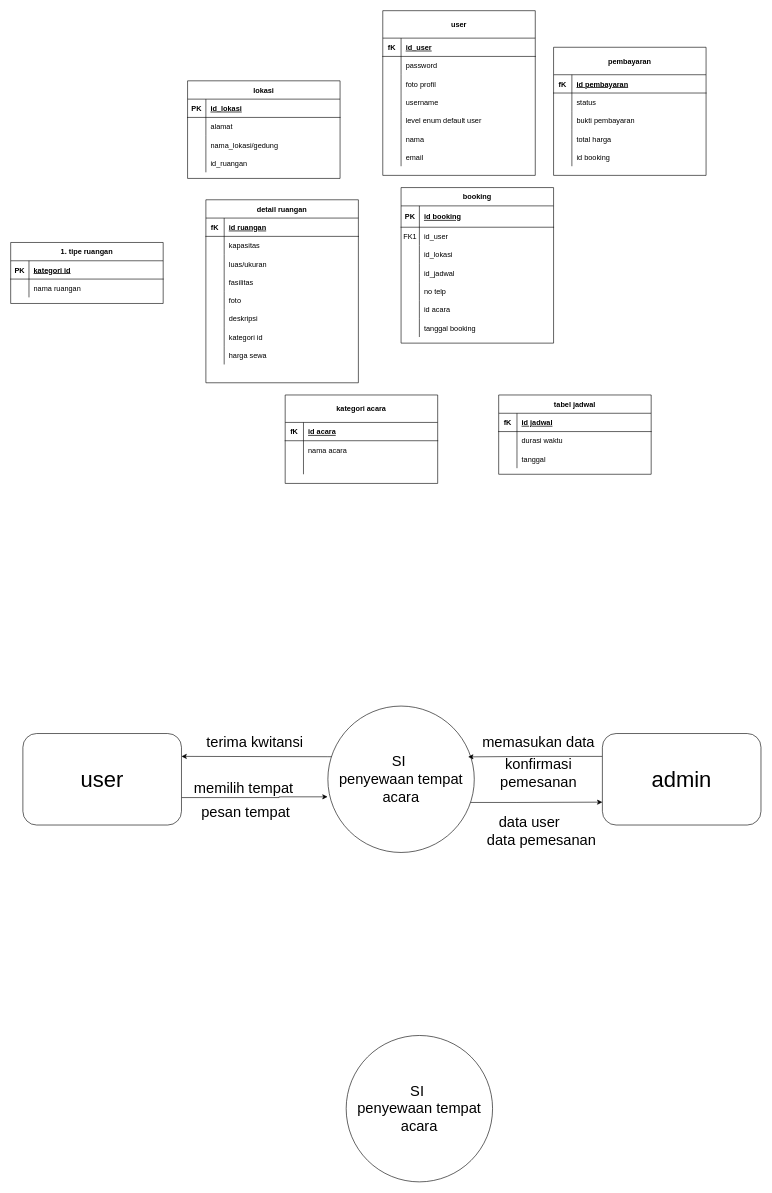
Earlier version of the draw.io diagram erd.drawio (ardya6/erd-dfd). Source tidied: cells renumbered, new cells numbered last; positions are measured from the earlier drawing's top-left corner, leaving out a move shared by most shapes. Both pictures are drawn from the tidied source at 61%, with x=0, y=0 at pixel (10, 10).
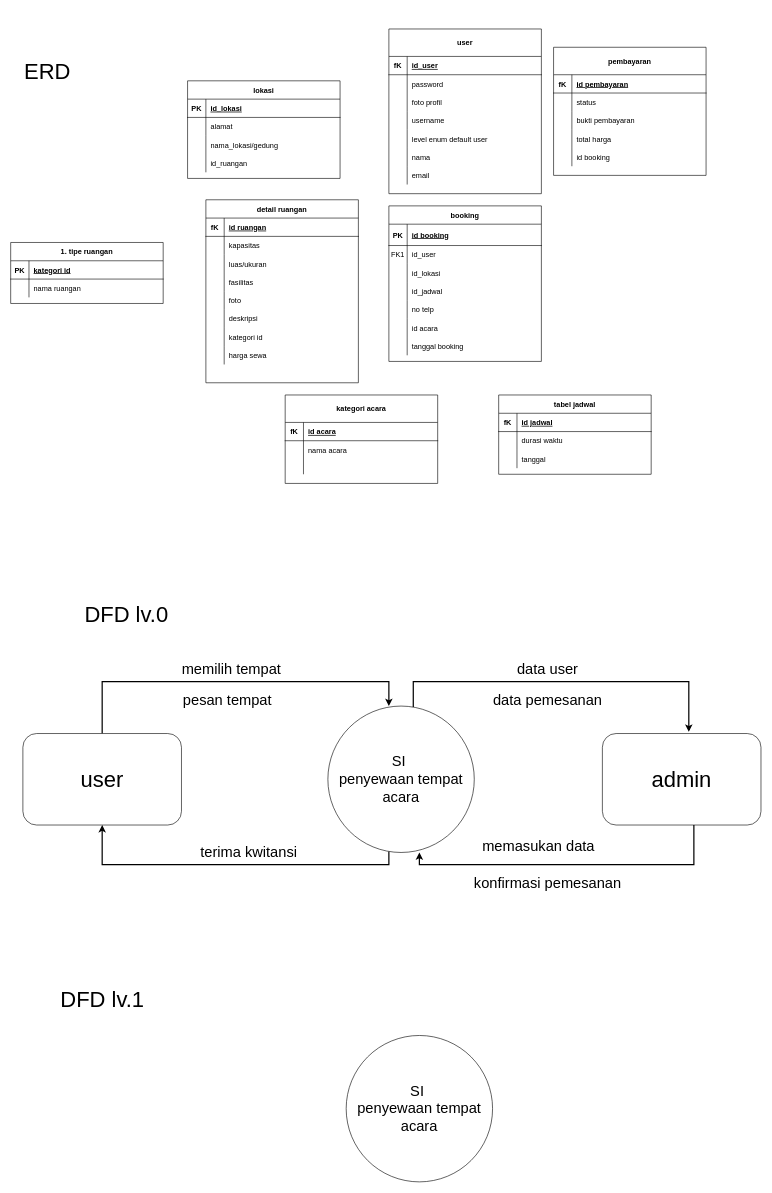
After the change.

The change refers to these unchanged cells:
```xml
<mxCell id="129" value="&lt;font style=&quot;font-size: 24px;&quot;&gt;SI&amp;nbsp;&lt;br&gt;penyewaan tempat acara&lt;/font&gt;" style="ellipse;whiteSpace=wrap;html=1;" parent="1" vertex="1">
  <mxGeometry x="520" y="1140" width="240" height="240" as="geometry" />
</mxCell>
<mxCell id="131" value="&lt;font style=&quot;font-size: 36px;&quot;&gt;user&lt;/font&gt;" style="rounded=1;whiteSpace=wrap;html=1;" parent="1" vertex="1">
  <mxGeometry x="20" y="1185" width="260" height="150" as="geometry" />
</mxCell>
<mxCell id="133" value="&lt;font style=&quot;font-size: 36px;&quot;&gt;admin&lt;/font&gt;" style="rounded=1;whiteSpace=wrap;html=1;" parent="1" vertex="1">
  <mxGeometry x="970" y="1185" width="260" height="150" as="geometry" />
</mxCell>
```

The edit, as a diff of the source:
```diff
@@
     <mxCell id="2" value="booking" style="shape=table;startSize=30;childLayout=tableLayout;rowLines=0;fontStyle=1;align=center;" parent="1" vertex="1">
-      <mxGeometry x="640" y="290" width="250" height="255" as="geometry" />
+      <mxGeometry x="620" y="320" width="250" height="255" as="geometry" />
     </mxCell>
@@
     <mxCell id="79" value="user" style="shape=table;startSize=45;childLayout=tableLayout;rowLines=0;fontStyle=1;align=center;" parent="1" vertex="1">
-      <mxGeometry x="610" width="250" height="270" as="geometry" />
+      <mxGeometry x="620" y="30" width="250" height="270" as="geometry" />
     </mxCell>
@@
+    <mxCell id="142" style="edgeStyle=orthogonalEdgeStyle;rounded=0;jettySize=auto;html=1;entryX=0.5;entryY=1;entryDx=0;entryDy=0;strokeWidth=2;" parent="1" edge="1" source="129" target="131">
+      <mxGeometry relative="1" as="geometry">
+        <Array as="points">
+          <mxPoint x="620" y="1400" />
+          <mxPoint x="150" y="1400" />
+        </Array>
+      </mxGeometry>
+    </mxCell>
-    <mxCell id="127" style="edgeStyle=elbowEdgeStyle;rounded=0;jettySize=auto;html=1;fontSize=24;entryX=0;entryY=0.75;entryDx=0;entryDy=0;" parent="1" edge="1" source="129" target="133">
+    <mxCell id="127" style="edgeStyle=orthogonalEdgeStyle;rounded=0;jettySize=auto;html=1;entryX=0.545;entryY=-0.019;entryDx=0;entryDy=0;entryPerimeter=0;strokeWidth=2;" parent="1" edge="1" source="129" target="133">
       <mxGeometry relative="1" as="geometry">
         <Array as="points">
-          <mxPoint x="830" y="1298" />
-          <mxPoint x="920" y="1290" />
-          <mxPoint x="870" y="1290" />
-          <mxPoint x="910" y="1260" />
+          <mxPoint x="660" y="1100" />
+          <mxPoint x="1112" y="1100" />
         </Array>
       </mxGeometry>
     </mxCell>
-    <mxCell id="128" style="edgeStyle=elbowEdgeStyle;rounded=0;jettySize=auto;html=1;entryX=1;entryY=0.25;entryDx=0;entryDy=0;fontSize=24;" parent="1" edge="1" target="131">
-      <mxGeometry relative="1" as="geometry">
-        <mxPoint x="540" y="1223" as="sourcePoint" />
-        <Array as="points">
-          <mxPoint x="520" y="1210" />
-        </Array>
-      </mxGeometry>
-    </mxCell>
@@
-    <mxCell id="130" style="edgeStyle=elbowEdgeStyle;rounded=0;jettySize=auto;html=1;entryX=-0.002;entryY=0.62;entryDx=0;entryDy=0;fontSize=24;entryPerimeter=0;" parent="1" edge="1" source="131" target="129">
-      <mxGeometry relative="1" as="geometry">
-        <Array as="points">
-          <mxPoint x="440" y="1290" />
-        </Array>
-      </mxGeometry>
-    </mxCell>
+    <mxCell id="143" style="edgeStyle=orthogonalEdgeStyle;rounded=0;jettySize=auto;html=1;strokeWidth=2;" parent="1" edge="1" source="131">
+      <mxGeometry relative="1" as="geometry">
+        <mxPoint x="620" y="1140" as="targetPoint" />
+        <Array as="points">
+          <mxPoint x="150" y="1100" />
+          <mxPoint x="620" y="1100" />
+          <mxPoint x="620" y="1140" />
+        </Array>
+      </mxGeometry>
+    </mxCell>
@@
-    <mxCell id="132" style="edgeStyle=elbowEdgeStyle;rounded=0;jettySize=auto;html=1;exitX=0;exitY=0.25;exitDx=0;exitDy=0;entryX=0.958;entryY=0.347;entryDx=0;entryDy=0;entryPerimeter=0;fontSize=24;" parent="1" edge="1" source="133" target="129">
-      <mxGeometry relative="1" as="geometry" />
-    </mxCell>
+    <mxCell id="144" style="edgeStyle=orthogonalEdgeStyle;rounded=0;jettySize=auto;html=1;strokeWidth=2;" parent="1" edge="1" source="133">
+      <mxGeometry relative="1" as="geometry">
+        <mxPoint x="670" y="1380" as="targetPoint" />
+        <Array as="points">
+          <mxPoint x="1120" y="1400" />
+          <mxPoint x="670" y="1400" />
+        </Array>
+      </mxGeometry>
+    </mxCell>
@@
     <mxCell id="134" value="memilih tempat&amp;nbsp;" style="text;html=1;align=center;verticalAlign=middle;strokeColor=none;fillColor=none;fontSize=24;" parent="1" vertex="1">
-      <mxGeometry x="290" y="1255" width="190" height="40" as="geometry" />
+      <mxGeometry x="270" y="1060" width="190" height="40" as="geometry" />
     </mxCell>
     <mxCell id="135" value="memasukan data" style="text;html=1;align=center;verticalAlign=middle;strokeColor=none;fillColor=none;fontSize=24;" parent="1" vertex="1">
-      <mxGeometry x="760" y="1180" width="210" height="40" as="geometry" />
+      <mxGeometry x="760" y="1350" width="210" height="40" as="geometry" />
     </mxCell>
     <mxCell id="136" value="pesan tempat" style="text;html=1;align=center;verticalAlign=middle;strokeColor=none;fillColor=none;fontSize=24;" parent="1" vertex="1">
-      <mxGeometry x="300" y="1295" width="170" height="40" as="geometry" />
+      <mxGeometry x="270" y="1110" width="170" height="40" as="geometry" />
     </mxCell>
-    <mxCell id="137" value="konfirmasi &lt;br&gt;pemesanan" style="text;html=1;align=center;verticalAlign=middle;strokeColor=none;fillColor=none;fontSize=24;" parent="1" vertex="1">
-      <mxGeometry x="790" y="1215" width="150" height="70" as="geometry" />
+    <mxCell id="137" value="konfirmasi pemesanan" style="text;html=1;align=center;verticalAlign=middle;strokeColor=none;fillColor=none;fontSize=24;" parent="1" vertex="1">
+      <mxGeometry x="750" y="1410" width="260" height="40" as="geometry" />
     </mxCell>
     <mxCell id="138" value="data user" style="text;html=1;align=center;verticalAlign=middle;strokeColor=none;fillColor=none;fontSize=24;" parent="1" vertex="1">
-      <mxGeometry x="790" y="1310" width="120" height="40" as="geometry" />
+      <mxGeometry x="820" y="1060" width="120" height="40" as="geometry" />
     </mxCell>
     <mxCell id="139" value="data pemesanan" style="text;html=1;align=center;verticalAlign=middle;strokeColor=none;fillColor=none;fontSize=24;" parent="1" vertex="1">
-      <mxGeometry x="770" y="1340" width="200" height="40" as="geometry" />
+      <mxGeometry x="780" y="1110" width="200" height="40" as="geometry" />
     </mxCell>
     <mxCell id="140" value="terima kwitansi" style="text;html=1;align=center;verticalAlign=middle;strokeColor=none;fillColor=none;fontSize=24;" parent="1" vertex="1">
-      <mxGeometry x="310" y="1180" width="180" height="40" as="geometry" />
+      <mxGeometry x="300" y="1360" width="180" height="40" as="geometry" />
     </mxCell>
@@
+    <mxCell id="145" value="&lt;font style=&quot;font-size: 36px;&quot;&gt;DFD lv.0&lt;/font&gt;" style="text;html=1;strokeColor=none;fillColor=none;align=center;verticalAlign=middle;whiteSpace=wrap;rounded=0;" parent="1" vertex="1">
+      <mxGeometry x="90" y="970" width="200" height="40" as="geometry" />
+    </mxCell>
+    <mxCell id="146" value="DFD lv.1" style="text;html=1;align=center;verticalAlign=middle;strokeColor=none;fillColor=none;fontSize=36;" parent="1" vertex="1">
+      <mxGeometry x="70" y="1590" width="160" height="60" as="geometry" />
+    </mxCell>
+    <mxCell id="147" value="ERD" style="text;html=1;align=center;verticalAlign=middle;strokeColor=none;fillColor=none;fontSize=36;" parent="1" vertex="1">
+      <mxGeometry x="10" y="70" width="100" height="60" as="geometry" />
+    </mxCell>
```
